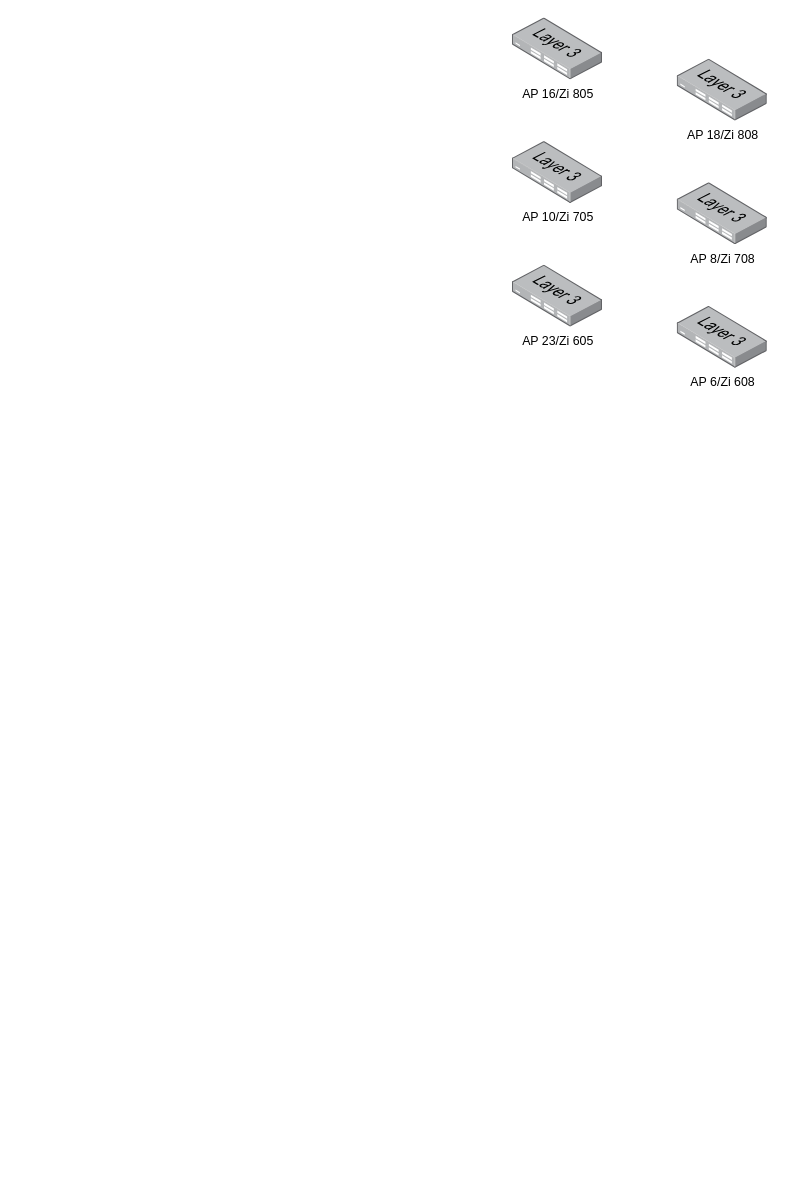
The draw.io diagram AP-Verteilung.drawio in mitmirzutun/Datenbanken, before the edit. Source tidied: cells renumbered, new cells numbered last; positions are measured from the earlier drawing's top-left corner, leaving out a move shared by most shapes. Both pictures are drawn from the tidied source at 103%, with x=0, y=0 at pixel (512, 18).
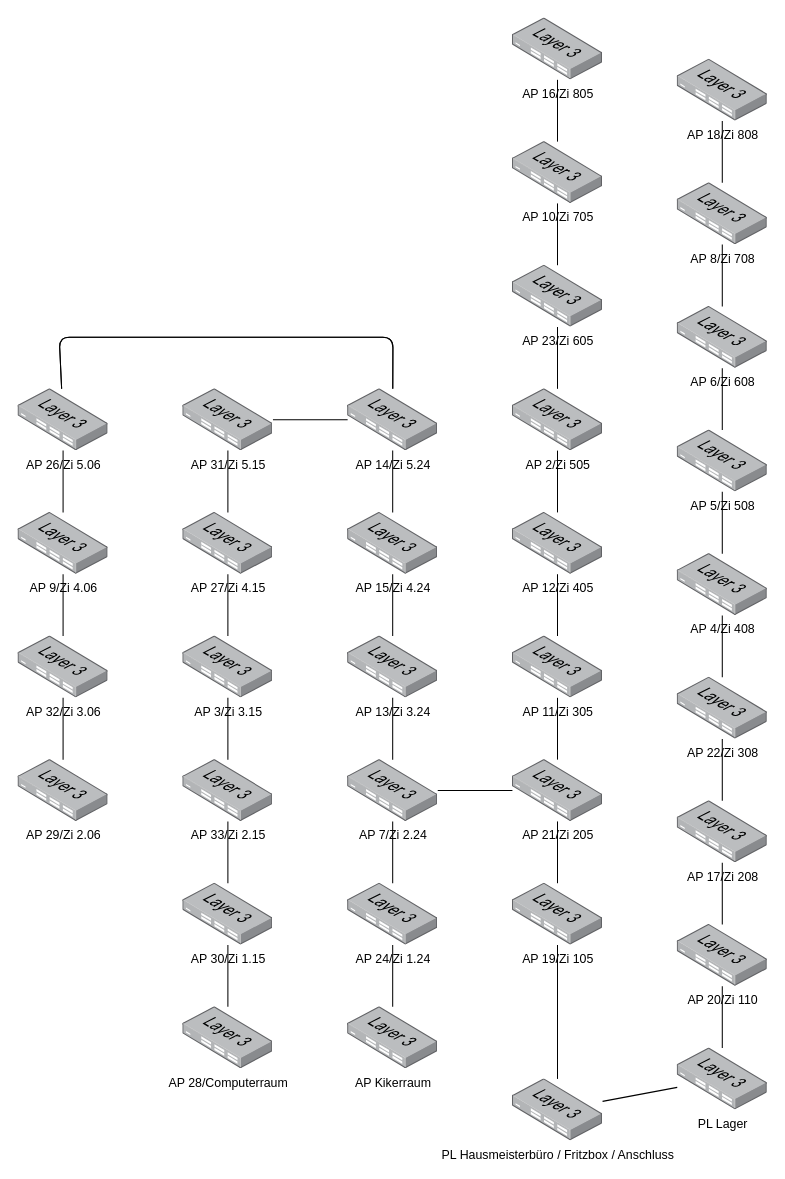
The same diagram, later.

The change refers to these unchanged cells:
```xml
<mxCell id="2" value="AP 16/Zi 805" style="points=[];html=1;align=center;shadow=0;dashed=0;image;image=img/lib/allied_telesis/switch/Switch_24_port_L3.svg;" parent="1" vertex="1">
  <mxGeometry width="87.5" height="60" as="geometry" />
</mxCell>
<mxCell id="3" value="AP 18/Zi 808" style="points=[];html=1;align=center;shadow=0;dashed=0;image;image=img/lib/allied_telesis/switch/Switch_24_port_L3.svg;" parent="1" vertex="1">
  <mxGeometry x="160" y="40" width="87.5" height="60" as="geometry" />
</mxCell>
<mxCell id="4" value="AP 10/Zi 705" style="points=[];html=1;align=center;shadow=0;dashed=0;image;image=img/lib/allied_telesis/switch/Switch_24_port_L3.svg;" parent="1" vertex="1">
  <mxGeometry y="120" width="87.5" height="60" as="geometry" />
</mxCell>
<mxCell id="5" value="AP 8/Zi 708" style="points=[];html=1;align=center;shadow=0;dashed=0;image;image=img/lib/allied_telesis/switch/Switch_24_port_L3.svg;" parent="1" vertex="1">
  <mxGeometry x="160" y="160" width="87.5" height="60" as="geometry" />
</mxCell>
<mxCell id="6" value="AP 23/Zi 605" style="points=[];html=1;align=center;shadow=0;dashed=0;image;image=img/lib/allied_telesis/switch/Switch_24_port_L3.svg;" parent="1" vertex="1">
  <mxGeometry y="240" width="87.5" height="60" as="geometry" />
</mxCell>
<mxCell id="7" value="AP 6/Zi 608" style="points=[];html=1;align=center;shadow=0;dashed=0;image;image=img/lib/allied_telesis/switch/Switch_24_port_L3.svg;" parent="1" vertex="1">
  <mxGeometry x="160" y="280" width="87.5" height="60" as="geometry" />
</mxCell>
```

The edit, as a diff of the source:
```diff
@@
+    <mxCell id="8" value="AP 2/Zi 505" style="points=[];html=1;align=center;shadow=0;dashed=0;image;image=img/lib/allied_telesis/switch/Switch_24_port_L3.svg;" parent="1" vertex="1">
+      <mxGeometry y="360" width="87.5" height="60" as="geometry" />
+    </mxCell>
+    <mxCell id="9" value="AP 5/Zi 508" style="points=[];html=1;align=center;shadow=0;dashed=0;image;image=img/lib/allied_telesis/switch/Switch_24_port_L3.svg;" parent="1" vertex="1">
+      <mxGeometry x="160" y="400" width="87.5" height="60" as="geometry" />
+    </mxCell>
+    <mxCell id="10" value="AP 4/Zi 408" style="points=[];html=1;align=center;shadow=0;dashed=0;image;image=img/lib/allied_telesis/switch/Switch_24_port_L3.svg;" parent="1" vertex="1">
+      <mxGeometry x="160" y="520" width="87.5" height="60" as="geometry" />
+    </mxCell>
+    <mxCell id="11" value="AP 12/Zi 405" style="points=[];html=1;align=center;shadow=0;dashed=0;image;image=img/lib/allied_telesis/switch/Switch_24_port_L3.svg;" parent="1" vertex="1">
+      <mxGeometry y="480" width="87.5" height="60" as="geometry" />
+    </mxCell>
+    <mxCell id="12" value="AP 11/Zi 305" style="points=[];html=1;align=center;shadow=0;dashed=0;image;image=img/lib/allied_telesis/switch/Switch_24_port_L3.svg;" parent="1" vertex="1">
+      <mxGeometry y="600" width="87.5" height="60" as="geometry" />
+    </mxCell>
+    <mxCell id="13" value="AP 22/Zi 308" style="points=[];html=1;align=center;shadow=0;dashed=0;image;image=img/lib/allied_telesis/switch/Switch_24_port_L3.svg;" parent="1" vertex="1">
+      <mxGeometry x="160" y="640" width="87.5" height="60" as="geometry" />
+    </mxCell>
+    <mxCell id="14" value="AP 17/Zi 208" style="points=[];html=1;align=center;shadow=0;dashed=0;image;image=img/lib/allied_telesis/switch/Switch_24_port_L3.svg;" parent="1" vertex="1">
+      <mxGeometry x="160" y="760" width="87.5" height="60" as="geometry" />
+    </mxCell>
+    <mxCell id="15" value="AP 21/Zi 205" style="points=[];html=1;align=center;shadow=0;dashed=0;image;image=img/lib/allied_telesis/switch/Switch_24_port_L3.svg;" parent="1" vertex="1">
+      <mxGeometry y="720" width="87.5" height="60" as="geometry" />
+    </mxCell>
+    <mxCell id="16" value="AP 20/Zi 110" style="points=[];html=1;align=center;shadow=0;dashed=0;image;image=img/lib/allied_telesis/switch/Switch_24_port_L3.svg;" parent="1" vertex="1">
+      <mxGeometry x="160" y="880" width="87.5" height="60" as="geometry" />
+    </mxCell>
+    <mxCell id="17" value="AP 19/Zi 105" style="points=[];html=1;align=center;shadow=0;dashed=0;image;image=img/lib/allied_telesis/switch/Switch_24_port_L3.svg;" parent="1" vertex="1">
+      <mxGeometry y="840" width="87.5" height="60" as="geometry" />
+    </mxCell>
+    <mxCell id="18" value="PL Hausmeisterbüro / Fritzbox / Anschluss" style="points=[];html=1;align=center;shadow=0;dashed=0;image;image=img/lib/allied_telesis/switch/Switch_24_port_L3.svg;" parent="1" vertex="1">
+      <mxGeometry y="1030" width="87.5" height="60" as="geometry" />
+    </mxCell>
+    <mxCell id="19" value="PL Lager" style="points=[];html=1;align=center;shadow=0;dashed=0;image;image=img/lib/allied_telesis/switch/Switch_24_port_L3.svg;" parent="1" vertex="1">
+      <mxGeometry x="160" y="1000" width="87.5" height="60" as="geometry" />
+    </mxCell>
+    <mxCell id="20" value="AP 7/Zi 2.24" style="points=[];html=1;align=center;shadow=0;dashed=0;image;image=img/lib/allied_telesis/switch/Switch_24_port_L3.svg;" parent="1" vertex="1">
+      <mxGeometry x="-160" y="720" width="87.5" height="60" as="geometry" />
+    </mxCell>
+    <mxCell id="21" value="AP 24/Zi 1.24" style="points=[];html=1;align=center;shadow=0;dashed=0;image;image=img/lib/allied_telesis/switch/Switch_24_port_L3.svg;" parent="1" vertex="1">
+      <mxGeometry x="-160" y="840" width="87.5" height="60" as="geometry" />
+    </mxCell>
+    <mxCell id="22" value="AP Kikerraum" style="points=[];html=1;align=center;shadow=0;dashed=0;image;image=img/lib/allied_telesis/switch/Switch_24_port_L3.svg;" parent="1" vertex="1">
+      <mxGeometry x="-160" y="960" width="87.5" height="60" as="geometry" />
+    </mxCell>
+    <mxCell id="23" value="AP 15/Zi 4.24" style="points=[];html=1;align=center;shadow=0;dashed=0;image;image=img/lib/allied_telesis/switch/Switch_24_port_L3.svg;" parent="1" vertex="1">
+      <mxGeometry x="-160" y="480" width="87.5" height="60" as="geometry" />
+    </mxCell>
+    <mxCell id="24" value="AP 13/Zi 3.24" style="points=[];html=1;align=center;shadow=0;dashed=0;image;image=img/lib/allied_telesis/switch/Switch_24_port_L3.svg;" parent="1" vertex="1">
+      <mxGeometry x="-160" y="600" width="87.5" height="60" as="geometry" />
+    </mxCell>
+    <mxCell id="25" value="AP 14/Zi 5.24" style="points=[];html=1;align=center;shadow=0;dashed=0;image;image=img/lib/allied_telesis/switch/Switch_24_port_L3.svg;" parent="1" vertex="1">
+      <mxGeometry x="-160" y="360" width="87.5" height="60" as="geometry" />
+    </mxCell>
+    <mxCell id="26" value="AP 33/Zi 2.15" style="points=[];html=1;align=center;shadow=0;dashed=0;image;image=img/lib/allied_telesis/switch/Switch_24_port_L3.svg;" parent="1" vertex="1">
+      <mxGeometry x="-320" y="720" width="87.5" height="60" as="geometry" />
+    </mxCell>
+    <mxCell id="27" value="AP 29/Zi 2.06" style="points=[];html=1;align=center;shadow=0;dashed=0;image;image=img/lib/allied_telesis/switch/Switch_24_port_L3.svg;" parent="1" vertex="1">
+      <mxGeometry x="-480" y="720" width="87.5" height="60" as="geometry" />
+    </mxCell>
+    <mxCell id="28" value="AP 3/Zi 3.15" style="points=[];html=1;align=center;shadow=0;dashed=0;image;image=img/lib/allied_telesis/switch/Switch_24_port_L3.svg;" parent="1" vertex="1">
+      <mxGeometry x="-320" y="600" width="87.5" height="60" as="geometry" />
+    </mxCell>
+    <mxCell id="29" value="AP 32/Zi 3.06" style="points=[];html=1;align=center;shadow=0;dashed=0;image;image=img/lib/allied_telesis/switch/Switch_24_port_L3.svg;" parent="1" vertex="1">
+      <mxGeometry x="-480" y="600" width="87.5" height="60" as="geometry" />
+    </mxCell>
+    <mxCell id="30" value="AP 9/Zi 4.06" style="points=[];html=1;align=center;shadow=0;dashed=0;image;image=img/lib/allied_telesis/switch/Switch_24_port_L3.svg;" parent="1" vertex="1">
+      <mxGeometry x="-480" y="480" width="87.5" height="60" as="geometry" />
+    </mxCell>
+    <mxCell id="31" value="AP 27/Zi 4.15" style="points=[];html=1;align=center;shadow=0;dashed=0;image;image=img/lib/allied_telesis/switch/Switch_24_port_L3.svg;" parent="1" vertex="1">
+      <mxGeometry x="-320" y="480" width="87.5" height="60" as="geometry" />
+    </mxCell>
+    <mxCell id="32" value="AP 31/Zi 5.15" style="points=[];html=1;align=center;shadow=0;dashed=0;image;image=img/lib/allied_telesis/switch/Switch_24_port_L3.svg;fontStyle=0;" parent="1" vertex="1">
+      <mxGeometry x="-320" y="360" width="87.5" height="60" as="geometry" />
+    </mxCell>
+    <mxCell id="33" value="AP 26/Zi 5.06" style="points=[];html=1;align=center;shadow=0;dashed=0;image;image=img/lib/allied_telesis/switch/Switch_24_port_L3.svg;" parent="1" vertex="1">
+      <mxGeometry x="-480" y="360" width="87.5" height="60" as="geometry" />
+    </mxCell>
+    <mxCell id="34" value="AP 30/Zi 1.15" style="points=[];html=1;align=center;shadow=0;dashed=0;image;image=img/lib/allied_telesis/switch/Switch_24_port_L3.svg;" parent="1" vertex="1">
+      <mxGeometry x="-320" y="840" width="87.5" height="60" as="geometry" />
+    </mxCell>
+    <mxCell id="35" value="AP 28/Computerraum" style="points=[];html=1;align=center;shadow=0;dashed=0;image;image=img/lib/allied_telesis/switch/Switch_24_port_L3.svg;" parent="1" vertex="1">
+      <mxGeometry x="-320" y="960" width="87.5" height="60" as="geometry" />
+    </mxCell>
+    <mxCell id="36" style="endArrow=none;html=1;" parent="1" edge="1" source="18" target="17">
+      <mxGeometry relative="1" as="geometry" />
+    </mxCell>
+    <mxCell id="37" style="endArrow=none;html=1;" parent="1" edge="1" source="17" target="15">
+      <mxGeometry relative="1" as="geometry" />
+    </mxCell>
+    <mxCell id="38" style="endArrow=none;html=1;" parent="1" edge="1" source="15" target="12">
+      <mxGeometry relative="1" as="geometry" />
+    </mxCell>
+    <mxCell id="39" style="endArrow=none;html=1;" parent="1" edge="1" source="12" target="11">
+      <mxGeometry relative="1" as="geometry" />
+    </mxCell>
+    <mxCell id="40" style="endArrow=none;html=1;" parent="1" edge="1" source="11" target="8">
+      <mxGeometry relative="1" as="geometry" />
+    </mxCell>
+    <mxCell id="41" style="endArrow=none;html=1;" parent="1" edge="1" source="8" target="6">
+      <mxGeometry relative="1" as="geometry" />
+    </mxCell>
+    <mxCell id="42" style="endArrow=none;html=1;" parent="1" edge="1" source="6" target="4">
+      <mxGeometry relative="1" as="geometry" />
+    </mxCell>
+    <mxCell id="43" style="endArrow=none;html=1;" parent="1" edge="1" source="4" target="2">
+      <mxGeometry relative="1" as="geometry" />
+    </mxCell>
+    <mxCell id="44" style="endArrow=none;html=1;" parent="1" edge="1" source="18" target="19">
+      <mxGeometry relative="1" as="geometry" />
+    </mxCell>
+    <mxCell id="45" style="endArrow=none;html=1;" parent="1" edge="1" source="19" target="16">
+      <mxGeometry relative="1" as="geometry" />
+    </mxCell>
+    <mxCell id="46" style="endArrow=none;html=1;" parent="1" edge="1" source="16" target="14">
+      <mxGeometry relative="1" as="geometry" />
+    </mxCell>
+    <mxCell id="47" style="endArrow=none;html=1;" parent="1" edge="1" source="14" target="13">
+      <mxGeometry relative="1" as="geometry" />
+    </mxCell>
+    <mxCell id="48" style="endArrow=none;html=1;" parent="1" edge="1" source="13" target="10">
+      <mxGeometry relative="1" as="geometry" />
+    </mxCell>
+    <mxCell id="49" style="endArrow=none;html=1;" parent="1" edge="1" source="10" target="9">
+      <mxGeometry relative="1" as="geometry" />
+    </mxCell>
+    <mxCell id="50" style="endArrow=none;html=1;" parent="1" edge="1" source="9" target="7">
+      <mxGeometry relative="1" as="geometry" />
+    </mxCell>
+    <mxCell id="51" style="endArrow=none;html=1;" parent="1" edge="1" source="7" target="5">
+      <mxGeometry relative="1" as="geometry" />
+    </mxCell>
+    <mxCell id="52" style="endArrow=none;html=1;" parent="1" edge="1" source="5" target="3">
+      <mxGeometry relative="1" as="geometry" />
+    </mxCell>
+    <mxCell id="53" style="endArrow=none;html=1;" parent="1" edge="1" source="20" target="15">
+      <mxGeometry relative="1" as="geometry" />
+    </mxCell>
+    <mxCell id="54" style="endArrow=none;html=1;" parent="1" edge="1" source="23" target="25">
+      <mxGeometry relative="1" as="geometry" />
+    </mxCell>
+    <mxCell id="55" style="endArrow=none;html=1;" parent="1" edge="1" source="24" target="23">
+      <mxGeometry relative="1" as="geometry" />
+    </mxCell>
+    <mxCell id="56" style="endArrow=none;html=1;" parent="1" edge="1" source="20" target="24">
+      <mxGeometry relative="1" as="geometry" />
+    </mxCell>
+    <mxCell id="57" style="endArrow=none;html=1;" parent="1" edge="1" source="21" target="20">
+      <mxGeometry relative="1" as="geometry" />
+    </mxCell>
+    <mxCell id="58" style="endArrow=none;html=1;" parent="1" edge="1" source="22" target="21">
+      <mxGeometry relative="1" as="geometry" />
+    </mxCell>
+    <mxCell id="59" style="endArrow=none;html=1;" parent="1" edge="1" source="31" target="32">
+      <mxGeometry relative="1" as="geometry" />
+    </mxCell>
+    <mxCell id="60" style="endArrow=none;html=1;" parent="1" edge="1" source="31" target="28">
+      <mxGeometry relative="1" as="geometry" />
+    </mxCell>
+    <mxCell id="61" style="endArrow=none;html=1;" parent="1" edge="1" source="26" target="28">
+      <mxGeometry relative="1" as="geometry" />
+    </mxCell>
+    <mxCell id="62" style="endArrow=none;html=1;" parent="1" edge="1" source="34" target="26">
+      <mxGeometry relative="1" as="geometry" />
+    </mxCell>
+    <mxCell id="63" style="endArrow=none;html=1;" parent="1" edge="1" source="35" target="34">
+      <mxGeometry relative="1" as="geometry" />
+    </mxCell>
+    <mxCell id="64" style="endArrow=none;html=1;" parent="1" edge="1" source="33" target="30">
+      <mxGeometry relative="1" as="geometry" />
+    </mxCell>
+    <mxCell id="65" style="endArrow=none;html=1;" parent="1" edge="1" source="30" target="29">
+      <mxGeometry relative="1" as="geometry" />
+    </mxCell>
+    <mxCell id="66" style="endArrow=none;html=1;" parent="1" edge="1" source="27" target="29">
+      <mxGeometry relative="1" as="geometry" />
+    </mxCell>
+    <mxCell id="67" style="endArrow=none;html=1;" parent="1" edge="1" source="33" target="25">
+      <mxGeometry relative="1" as="geometry">
+        <Array as="points">
+          <mxPoint x="-440" y="310" />
+          <mxPoint x="-116" y="310" />
+        </Array>
+      </mxGeometry>
+    </mxCell>
+    <mxCell id="68" style="endArrow=none;html=1;" parent="1" edge="1" source="32" target="25">
+      <mxGeometry relative="1" as="geometry" />
+    </mxCell>
+    <mxCell id="69" style="endArrow=none;html=1;" parent="1" edge="1" source="33" target="25">
+      <mxGeometry relative="1" as="geometry">
+        <Array as="points">
+          <mxPoint x="-440" y="310" />
+          <mxPoint x="-116" y="310" />
+        </Array>
+      </mxGeometry>
+    </mxCell>
```
